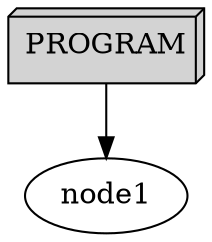
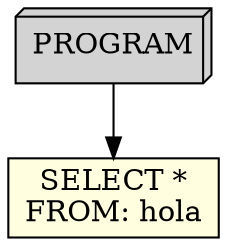
digraph AST {
  node0 [label="PROGRAM", shape=box3d, style=filled, fillcolor=lightgrey];
+   node1 [label="SELECT *\nFROM: hola", shape=rect, style=filled, fillcolor=lightyellow];
  node0 -> node1;
}
